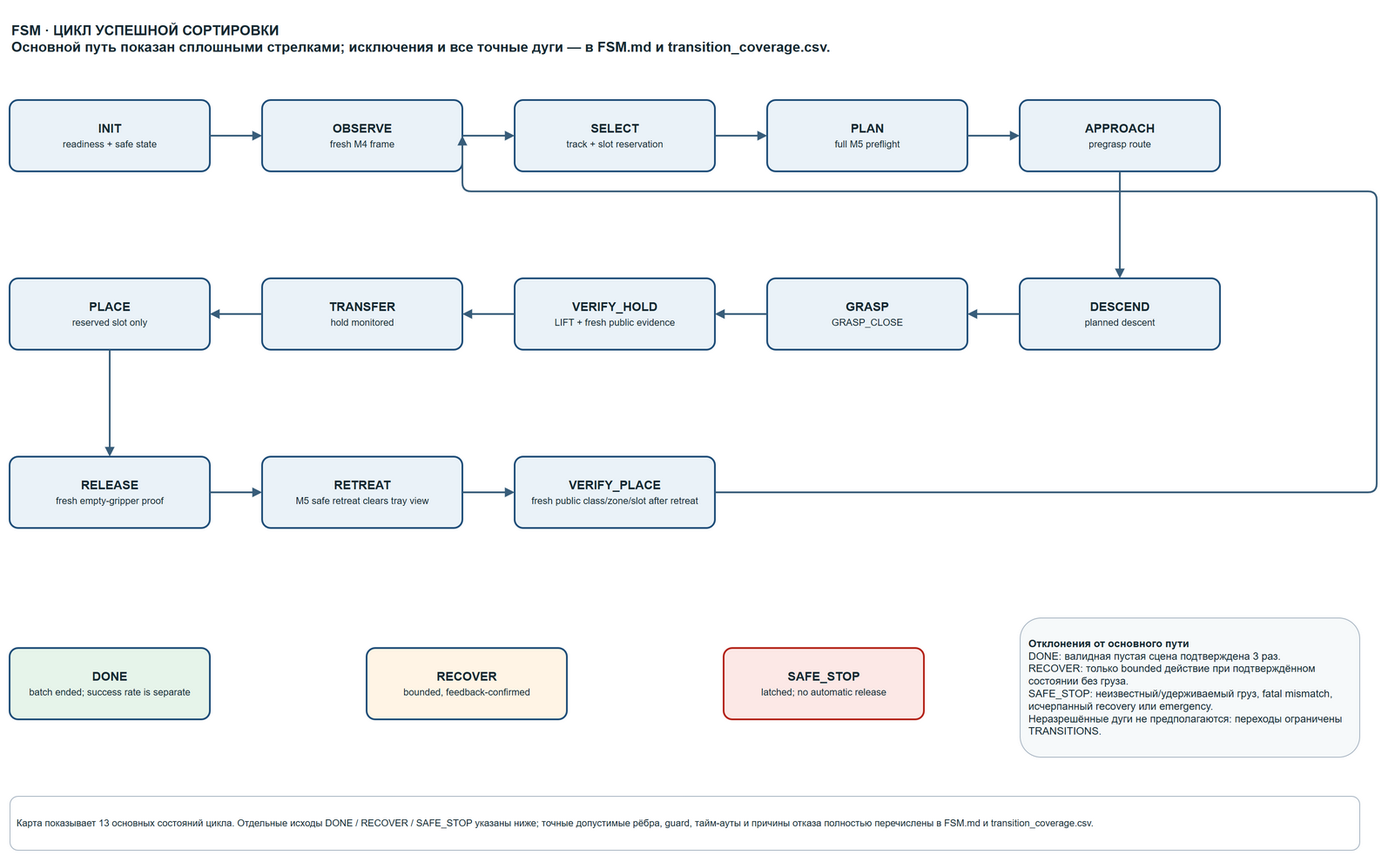
Above: 03_Модель_и_схемы/algorithm/fsm_state.png in Garun-mp4/kursach-ruslan (draw.io), before the change. Source tidied: cells renumbered, new cells last; positions are measured from the earlier drawing's top-left corner, leaving out a move shared by most shapes.
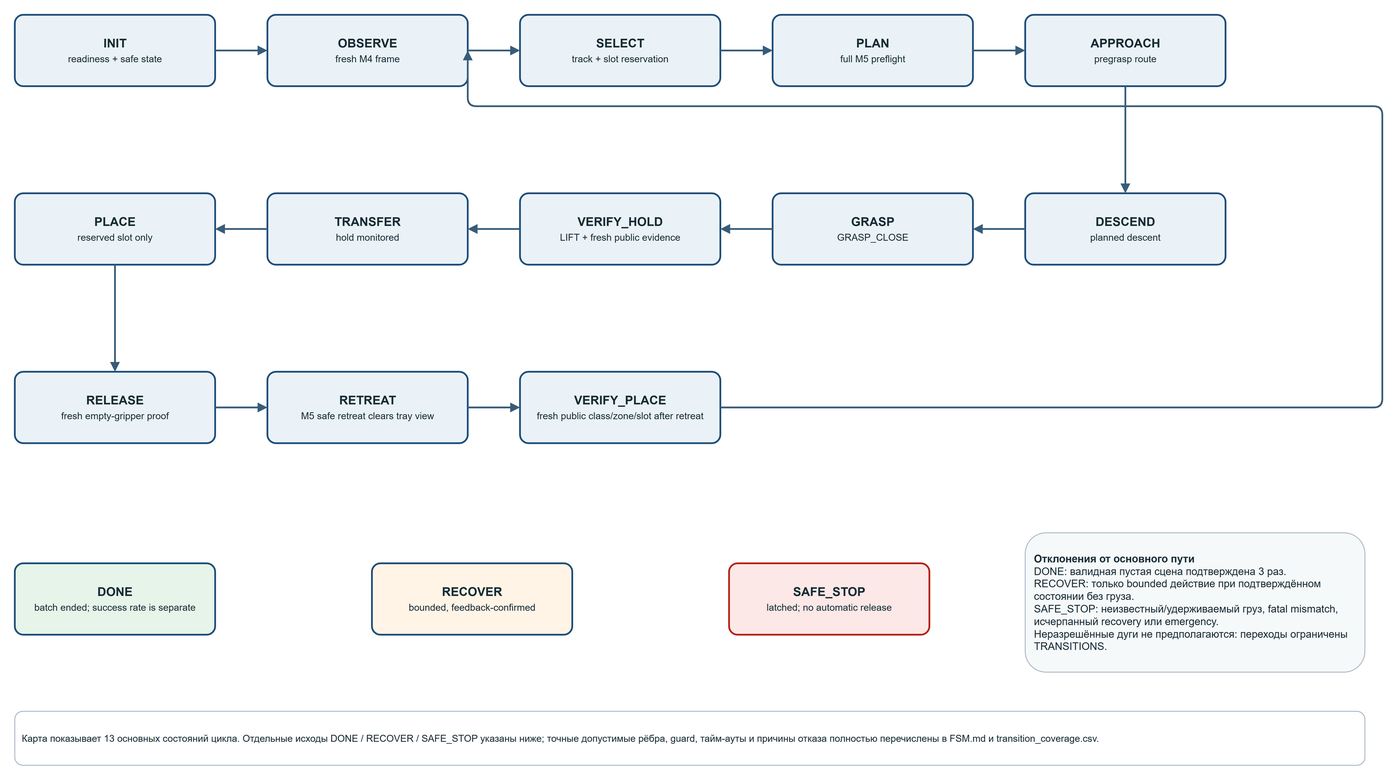
The same file after the commit.

Change to the diagram source:
```diff
@@ -2,9 +2,6 @@
   <root>
     <mxCell id="0" />
     <mxCell id="1" parent="0" />
-    <mxCell id="2" value="FSM · ЦИКЛ УСПЕШНОЙ СОРТИРОВКИ&#10;Основной путь показан сплошными стрелками; исключения и все точные дуги — в FSM.md и transition_coverage.csv." style="text;html=1;align=left;verticalAlign=middle;whiteSpace=wrap;rounded=0;strokeColor=none;fillColor=none;fontSize=16;fontStyle=1;fontColor=#172B34;" parent="1" vertex="1">
-      <mxGeometry width="1460" height="68" as="geometry" />
-    </mxCell>
     <mxCell id="3" value="&lt;b&gt;INIT&lt;/b&gt;&lt;br&gt;&lt;font style=&quot;font-size:11px&quot;&gt;readiness + safe state&lt;/font&gt;" style="rounded=1;whiteSpace=wrap;html=1;arcSize=12;fillColor=#EAF2F8;strokeColor=#1F4E79;strokeWidth=2;fontColor=#172B34;fontSize=14;align=center;verticalAlign=middle;shadow=0;" parent="1" vertex="1">
       <mxGeometry y="105" width="230" height="82" as="geometry" />
     </mxCell>
```
